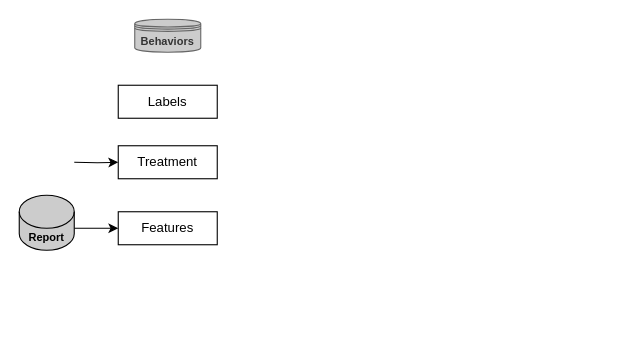
ChenPengyao/drawio keeps this draw.io diagram as 模型训练流程.drawio. Above is the earlier version. Source tidied: cells renumbered, new cells numbered last; positions are measured from the earlier drawing's top-left corner, leaving out a move shared by most shapes. Both pictures are drawn from the tidied source at 110%, with x=0, y=0 at pixel (19, 19).
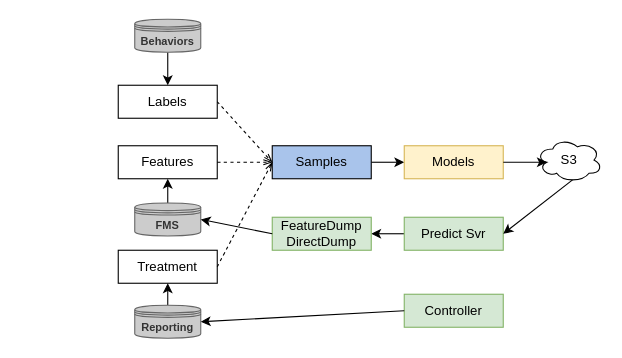
The same page after the edit.

Commit message:
更新模型训练流程.drawio

Unchanged cells that the change refers to:
```xml
<mxCell id="2" value="Labels" style="rounded=0;whiteSpace=wrap;html=1;fillColor=#FFFFFF;" parent="1" vertex="1">
  <mxGeometry x="90" y="60" width="90" height="30" as="geometry" />
</mxCell>
<mxCell id="8" value="Behaviors" style="shape=datastore;whiteSpace=wrap;html=1;fontStyle=1;fontSize=10;labelBackgroundColor=none;fillColor=#CCCCCC;fontColor=#333333;strokeColor=#666666;" parent="1" vertex="1">
  <mxGeometry x="105" width="60" height="30" as="geometry" />
</mxCell>
```

Change to the diagram source:
```diff
@@
     <mxCell id="3" value="Treatment" style="rounded=0;whiteSpace=wrap;html=1;fillColor=#FFFFFF;" parent="1" vertex="1">
-      <mxGeometry x="90" y="115" width="90" height="30" as="geometry" />
+      <mxGeometry x="90" y="210" width="90" height="30" as="geometry" />
     </mxCell>
     <mxCell id="4" value="Features" style="rounded=0;whiteSpace=wrap;html=1;fillColor=#FFFFFF;" parent="1" vertex="1">
-      <mxGeometry x="90" y="175" width="90" height="30" as="geometry" />
+      <mxGeometry x="90" y="115" width="90" height="30" as="geometry" />
     </mxCell>
-    <mxCell id="5" style="edgeStyle=orthogonalEdgeStyle;rounded=0;jettySize=auto;html=1;exitX=1;exitY=0;exitDx=0;exitDy=30;exitPerimeter=0;entryX=0;entryY=0.5;entryDx=0;entryDy=0;" parent="1" edge="1" target="3">
-      <mxGeometry relative="1" as="geometry">
-        <mxPoint x="50" y="130" as="sourcePoint" />
-      </mxGeometry>
-    </mxCell>
-    <mxCell id="6" style="edgeStyle=orthogonalEdgeStyle;rounded=0;jettySize=auto;html=1;exitX=1;exitY=0;exitDx=0;exitDy=30;exitPerimeter=0;entryX=0;entryY=0.5;entryDx=0;entryDy=0;" parent="1" edge="1" source="7" target="4">
-      <mxGeometry relative="1" as="geometry" />
-    </mxCell>
-    <mxCell id="7" value="&lt;span style=&quot;font-size: 10px;&quot;&gt;Report&lt;/span&gt;" style="shape=cylinder3;whiteSpace=wrap;html=1;boundedLbl=1;backgroundOutline=1;size=15;fillColor=#CCCCCC;fontStyle=1;" parent="1" vertex="1">
-      <mxGeometry y="160" width="50" height="50" as="geometry" />
-    </mxCell>
+    <mxCell id="9" style="edgeStyle=orthogonalEdgeStyle;rounded=0;jettySize=auto;html=1;exitX=0.5;exitY=1;exitDx=0;exitDy=0;entryX=0.5;entryY=0;entryDx=0;entryDy=0;" parent="1" edge="1" source="8" target="2">
+      <mxGeometry relative="1" as="geometry" />
+    </mxCell>
@@
+    <mxCell id="10" style="edgeStyle=orthogonalEdgeStyle;rounded=0;jettySize=auto;html=1;exitX=0.5;exitY=0;exitDx=0;exitDy=0;entryX=0.5;entryY=1;entryDx=0;entryDy=0;" parent="1" edge="1" source="11" target="3">
+      <mxGeometry relative="1" as="geometry" />
+    </mxCell>
+    <mxCell id="11" value="Reporting" style="shape=datastore;whiteSpace=wrap;html=1;fontStyle=1;fontSize=10;labelBackgroundColor=none;fillColor=#CCCCCC;fontColor=#333333;strokeColor=#666666;" parent="1" vertex="1">
+      <mxGeometry x="105" y="260" width="60" height="30" as="geometry" />
+    </mxCell>
+    <mxCell id="12" style="edgeStyle=orthogonalEdgeStyle;rounded=0;jettySize=auto;html=1;exitX=0.5;exitY=0;exitDx=0;exitDy=0;entryX=0.5;entryY=1;entryDx=0;entryDy=0;" parent="1" edge="1" source="13" target="4">
+      <mxGeometry relative="1" as="geometry" />
+    </mxCell>
+    <mxCell id="13" value="FMS" style="shape=datastore;whiteSpace=wrap;html=1;fontStyle=1;fontSize=10;labelBackgroundColor=none;fillColor=#CCCCCC;fontColor=#333333;strokeColor=#666666;" parent="1" vertex="1">
+      <mxGeometry x="105" y="167" width="60" height="30" as="geometry" />
+    </mxCell>
+    <mxCell id="14" style="edgeStyle=orthogonalEdgeStyle;rounded=0;jettySize=auto;html=1;exitX=1;exitY=0.5;exitDx=0;exitDy=0;entryX=0;entryY=0.5;entryDx=0;entryDy=0;" parent="1" edge="1" source="15" target="19">
+      <mxGeometry relative="1" as="geometry" />
+    </mxCell>
+    <mxCell id="15" value="Samples" style="rounded=0;whiteSpace=wrap;html=1;fillColor=#A9C4EB;" parent="1" vertex="1">
+      <mxGeometry x="230" y="115" width="90" height="30" as="geometry" />
+    </mxCell>
+    <mxCell id="16" style="endArrow=openThin;html=1;rounded=0;exitX=1;exitY=0.5;exitDx=0;exitDy=0;entryX=0;entryY=0.5;entryDx=0;entryDy=0;dashed=1;curved=1;endFill=0;" parent="1" edge="1" source="2" target="15">
+      <mxGeometry relative="1" as="geometry" />
+    </mxCell>
+    <mxCell id="17" style="endArrow=openThin;html=1;rounded=0;exitX=1;exitY=0.5;exitDx=0;exitDy=0;dashed=1;curved=1;endFill=0;" parent="1" edge="1" source="3">
+      <mxGeometry relative="1" as="geometry">
+        <mxPoint x="230" y="130" as="targetPoint" />
+      </mxGeometry>
+    </mxCell>
+    <mxCell id="18" style="endArrow=openThin;html=1;rounded=0;exitX=1;exitY=0.5;exitDx=0;exitDy=0;entryX=0;entryY=0.5;entryDx=0;entryDy=0;dashed=1;curved=1;endFill=0;" parent="1" edge="1" source="4" target="15">
+      <mxGeometry relative="1" as="geometry" />
+    </mxCell>
+    <mxCell id="19" value="Models" style="rounded=0;whiteSpace=wrap;html=1;fillColor=#fff2cc;strokeColor=#d6b656;" parent="1" vertex="1">
+      <mxGeometry x="350" y="115" width="90" height="30" as="geometry" />
+    </mxCell>
+    <mxCell id="20" value="S3" style="ellipse;shape=cloud;whiteSpace=wrap;html=1;" parent="1" vertex="1">
+      <mxGeometry x="470" y="108" width="60" height="40" as="geometry" />
+    </mxCell>
+    <mxCell id="21" style="endArrow=classic;html=1;rounded=0;entryX=0.16;entryY=0.55;entryDx=0;entryDy=0;entryPerimeter=0;" parent="1" edge="1" target="20">
+      <mxGeometry relative="1" as="geometry">
+        <mxPoint x="440" y="130" as="sourcePoint" />
+      </mxGeometry>
+    </mxCell>
+    <mxCell id="22" style="edgeStyle=orthogonalEdgeStyle;rounded=0;jettySize=auto;html=1;exitX=0;exitY=0.5;exitDx=0;exitDy=0;entryX=1;entryY=0.5;entryDx=0;entryDy=0;" parent="1" edge="1" source="23" target="25">
+      <mxGeometry relative="1" as="geometry" />
+    </mxCell>
+    <mxCell id="23" value="Predict Svr" style="rounded=0;whiteSpace=wrap;html=1;fillColor=#d5e8d4;strokeColor=#82b366;" parent="1" vertex="1">
+      <mxGeometry x="350" y="180" width="90" height="30" as="geometry" />
+    </mxCell>
+    <mxCell id="24" style="endArrow=classic;html=1;rounded=0;entryX=1;entryY=0.5;entryDx=0;entryDy=0;exitX=0.55;exitY=0.95;exitDx=0;exitDy=0;exitPerimeter=0;" parent="1" edge="1" source="20" target="23">
+      <mxGeometry relative="1" as="geometry" />
+    </mxCell>
+    <mxCell id="25" value="FeatureDump&lt;br&gt;DirectDump" style="rounded=0;whiteSpace=wrap;html=1;fillColor=#d5e8d4;strokeColor=#82b366;" parent="1" vertex="1">
+      <mxGeometry x="230" y="180" width="90" height="30" as="geometry" />
+    </mxCell>
+    <mxCell id="26" style="endArrow=classic;html=1;rounded=0;exitX=0;exitY=0.5;exitDx=0;exitDy=0;entryX=1;entryY=0.5;entryDx=0;entryDy=0;" parent="1" edge="1" source="25" target="13">
+      <mxGeometry relative="1" as="geometry" />
+    </mxCell>
+    <mxCell id="27" value="Controller" style="rounded=0;whiteSpace=wrap;html=1;fillColor=#d5e8d4;strokeColor=#82b366;" parent="1" vertex="1">
+      <mxGeometry x="350" y="250" width="90" height="30" as="geometry" />
+    </mxCell>
+    <mxCell id="28" style="endArrow=classic;html=1;rounded=0;exitX=0;exitY=0.5;exitDx=0;exitDy=0;entryX=1;entryY=0.5;entryDx=0;entryDy=0;" parent="1" edge="1" source="27" target="11">
+      <mxGeometry relative="1" as="geometry" />
+    </mxCell>
```
